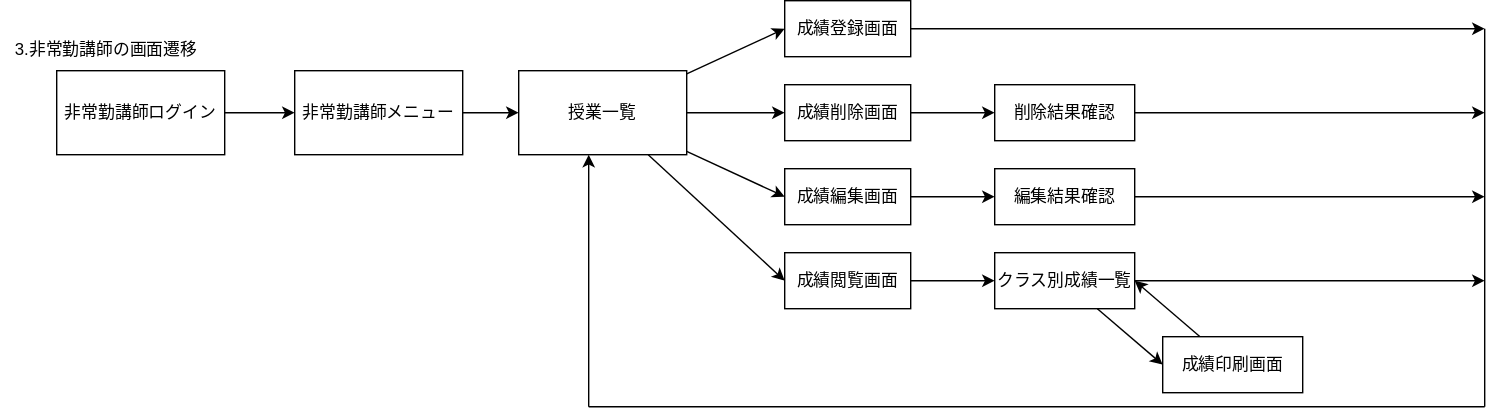
Before: teamG5.drawio.svg, a diagram exported from draw.io (Skypeace8585/uml-introduction). Source tidied: cells renumbered, new cells last; positions are measured from the earlier drawing's top-left corner, leaving out a move shared by most shapes.
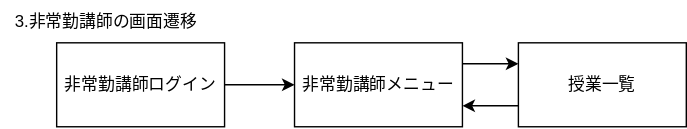
Later version of the same file.

Diff of the diagram source:
```diff
@@ -11,106 +11,17 @@
     <mxCell id="4" value="非常勤講師ログイン" style="rounded=0;whiteSpace=wrap;html=1;" parent="1" vertex="1">
       <mxGeometry x="40" y="50" width="120" height="60" as="geometry" />
     </mxCell>
-    <mxCell id="5" style="edgeStyle=none;html=1;entryX=0;entryY=0.5;entryDx=0;entryDy=0;" parent="1" edge="1" source="6" target="11">
-      <mxGeometry relative="1" as="geometry" />
-    </mxCell>
     <mxCell id="6" value="非常勤講師メニュー&amp;nbsp;" style="rounded=0;whiteSpace=wrap;html=1;" parent="1" vertex="1">
       <mxGeometry x="210" y="50" width="120" height="60" as="geometry" />
     </mxCell>
-    <mxCell id="7" style="edgeStyle=none;html=1;entryX=0;entryY=0.5;entryDx=0;entryDy=0;" parent="1" edge="1" source="11" target="13">
-      <mxGeometry relative="1" as="geometry" />
-    </mxCell>
-    <mxCell id="8" style="edgeStyle=none;html=1;entryX=0;entryY=0.5;entryDx=0;entryDy=0;" parent="1" edge="1" source="11" target="15">
-      <mxGeometry relative="1" as="geometry" />
-    </mxCell>
-    <mxCell id="9" style="edgeStyle=none;html=1;entryX=0;entryY=0.5;entryDx=0;entryDy=0;" parent="1" edge="1" source="11" target="19">
-      <mxGeometry relative="1" as="geometry" />
-    </mxCell>
-    <mxCell id="10" style="edgeStyle=none;html=1;entryX=0;entryY=0.5;entryDx=0;entryDy=0;" parent="1" edge="1" source="11" target="23">
-      <mxGeometry relative="1" as="geometry" />
-    </mxCell>
     <mxCell id="11" value="授業一覧" style="rounded=0;whiteSpace=wrap;html=1;" parent="1" vertex="1">
       <mxGeometry x="370" y="50" width="120" height="60" as="geometry" />
     </mxCell>
-    <mxCell id="12" style="edgeStyle=none;html=1;" parent="1" edge="1" source="13">
-      <mxGeometry relative="1" as="geometry">
-        <mxPoint x="1060" y="20" as="targetPoint" />
-      </mxGeometry>
-    </mxCell>
-    <mxCell id="13" value="成績登録画面　" style="rounded=0;whiteSpace=wrap;html=1;" parent="1" vertex="1">
-      <mxGeometry x="560" width="90" height="40" as="geometry" />
-    </mxCell>
-    <mxCell id="14" style="edgeStyle=none;html=1;entryX=0;entryY=0.5;entryDx=0;entryDy=0;" parent="1" edge="1" source="15" target="17">
-      <mxGeometry relative="1" as="geometry" />
-    </mxCell>
-    <mxCell id="15" value="成績削除画面　" style="rounded=0;whiteSpace=wrap;html=1;" parent="1" vertex="1">
-      <mxGeometry x="560" y="60" width="90" height="40" as="geometry" />
-    </mxCell>
-    <mxCell id="16" style="edgeStyle=none;html=1;" parent="1" edge="1" source="17">
-      <mxGeometry relative="1" as="geometry">
-        <mxPoint x="1060" y="80" as="targetPoint" />
-      </mxGeometry>
-    </mxCell>
-    <mxCell id="17" value="削除結果確認" style="rounded=0;whiteSpace=wrap;html=1;" parent="1" vertex="1">
-      <mxGeometry x="710" y="60" width="100" height="40" as="geometry" />
-    </mxCell>
-    <mxCell id="18" style="edgeStyle=none;html=1;entryX=0;entryY=0.5;entryDx=0;entryDy=0;" parent="1" edge="1" source="19" target="21">
-      <mxGeometry relative="1" as="geometry" />
-    </mxCell>
-    <mxCell id="19" value="成績編集画面　" style="rounded=0;whiteSpace=wrap;html=1;" parent="1" vertex="1">
-      <mxGeometry x="560" y="120" width="90" height="40" as="geometry" />
-    </mxCell>
-    <mxCell id="20" style="edgeStyle=none;html=1;" parent="1" edge="1" source="21">
-      <mxGeometry relative="1" as="geometry">
-        <mxPoint x="1060" y="140" as="targetPoint" />
-      </mxGeometry>
-    </mxCell>
-    <mxCell id="21" value="編集結果確認" style="rounded=0;whiteSpace=wrap;html=1;" parent="1" vertex="1">
-      <mxGeometry x="710" y="120" width="100" height="40" as="geometry" />
-    </mxCell>
-    <mxCell id="22" style="edgeStyle=none;html=1;entryX=0;entryY=0.5;entryDx=0;entryDy=0;" parent="1" edge="1" source="23" target="26">
-      <mxGeometry relative="1" as="geometry" />
-    </mxCell>
-    <mxCell id="23" value="成績閲覧画面　" style="rounded=0;whiteSpace=wrap;html=1;" parent="1" vertex="1">
-      <mxGeometry x="560" y="180" width="90" height="40" as="geometry" />
-    </mxCell>
-    <mxCell id="24" style="edgeStyle=none;html=1;" parent="1" edge="1" source="26">
-      <mxGeometry relative="1" as="geometry">
-        <mxPoint x="1060" y="200" as="targetPoint" />
-      </mxGeometry>
-    </mxCell>
-    <mxCell id="25" style="edgeStyle=none;html=1;entryX=0;entryY=0.5;entryDx=0;entryDy=0;" parent="1" edge="1" source="26" target="31">
-      <mxGeometry relative="1" as="geometry" />
-    </mxCell>
-    <mxCell id="26" value="クラス別成績一覧" style="rounded=0;whiteSpace=wrap;html=1;" parent="1" vertex="1">
-      <mxGeometry x="710" y="180" width="100" height="40" as="geometry" />
-    </mxCell>
-    <mxCell id="27" style="endArrow=none;html=1;" parent="1" edge="1">
-      <mxGeometry relative="1" as="geometry">
-        <mxPoint x="1060" y="290" as="sourcePoint" />
-        <mxPoint x="1060" y="20" as="targetPoint" />
-      </mxGeometry>
-    </mxCell>
-    <mxCell id="28" style="endArrow=none;html=1;" parent="1" edge="1">
-      <mxGeometry relative="1" as="geometry">
-        <mxPoint x="420" y="290" as="sourcePoint" />
-        <mxPoint x="1060" y="290" as="targetPoint" />
-        <Array as="points">
-          <mxPoint x="740" y="290" />
-        </Array>
-      </mxGeometry>
-    </mxCell>
-    <mxCell id="29" style="endArrow=classic;html=1;entryX=0.408;entryY=1.001;entryDx=0;entryDy=0;entryPerimeter=0;" parent="1" edge="1">
-      <mxGeometry relative="1" as="geometry">
-        <mxPoint x="420" y="290" as="sourcePoint" />
-        <mxPoint x="420" y="110" as="targetPoint" />
-      </mxGeometry>
-    </mxCell>
-    <mxCell id="30" style="edgeStyle=none;html=1;entryX=1;entryY=0.5;entryDx=0;entryDy=0;" parent="1" edge="1" source="31" target="26">
+    <mxCell id="30" style="endArrow=classic;html=1;exitX=1;exitY=0.25;exitDx=0;exitDy=0;entryX=0;entryY=0.25;entryDx=0;entryDy=0;" parent="1" edge="1" source="6" target="11">
       <mxGeometry relative="1" as="geometry" />
     </mxCell>
-    <mxCell id="31" value="成績印刷画面" style="rounded=0;whiteSpace=wrap;html=1;" parent="1" vertex="1">
-      <mxGeometry x="830" y="240" width="100" height="40" as="geometry" />
-    </mxCell>
+    <mxCell id="32" style="endArrow=classic;html=1;entryX=1;entryY=0.75;entryDx=0;entryDy=0;exitX=0;exitY=0.75;exitDx=0;exitDy=0;" parent="1" edge="1" source="11" target="6">
+      <mxGeometry relative="1" as="geometry" />
+    </mxCell>
   </root>
 </mxGraphModel>
```
